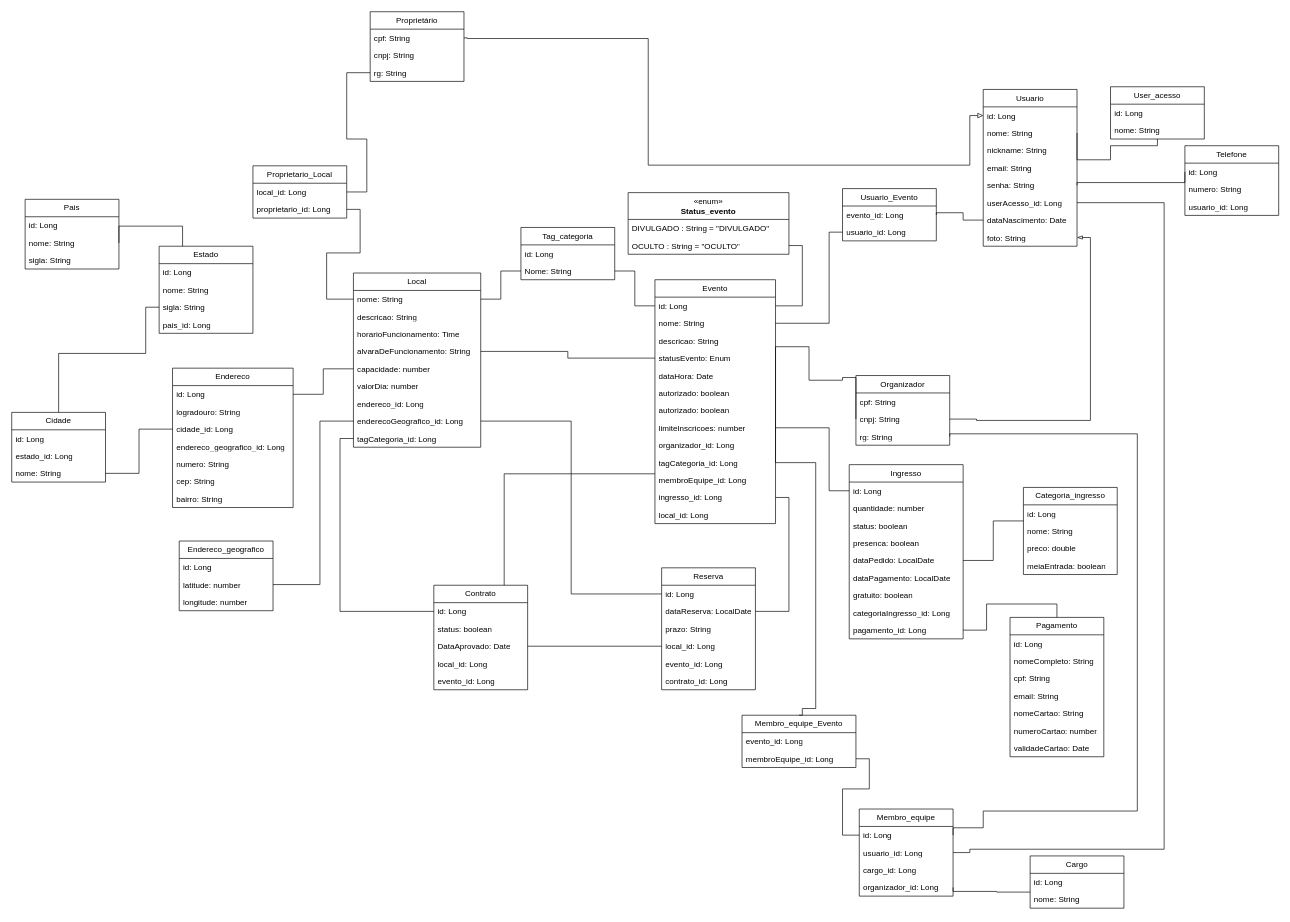
The draw.io diagram DiagramaDeClassesPokando.drawio in ChumeLabs-Pokando/Pokando, before the edit. Source tidied: cells renumbered, new cells numbered last; positions are measured from the earlier drawing's top-left corner, leaving out a move shared by most shapes. Both pictures are drawn from the tidied source at 67%, with x=0, y=0 at pixel (11, 11).
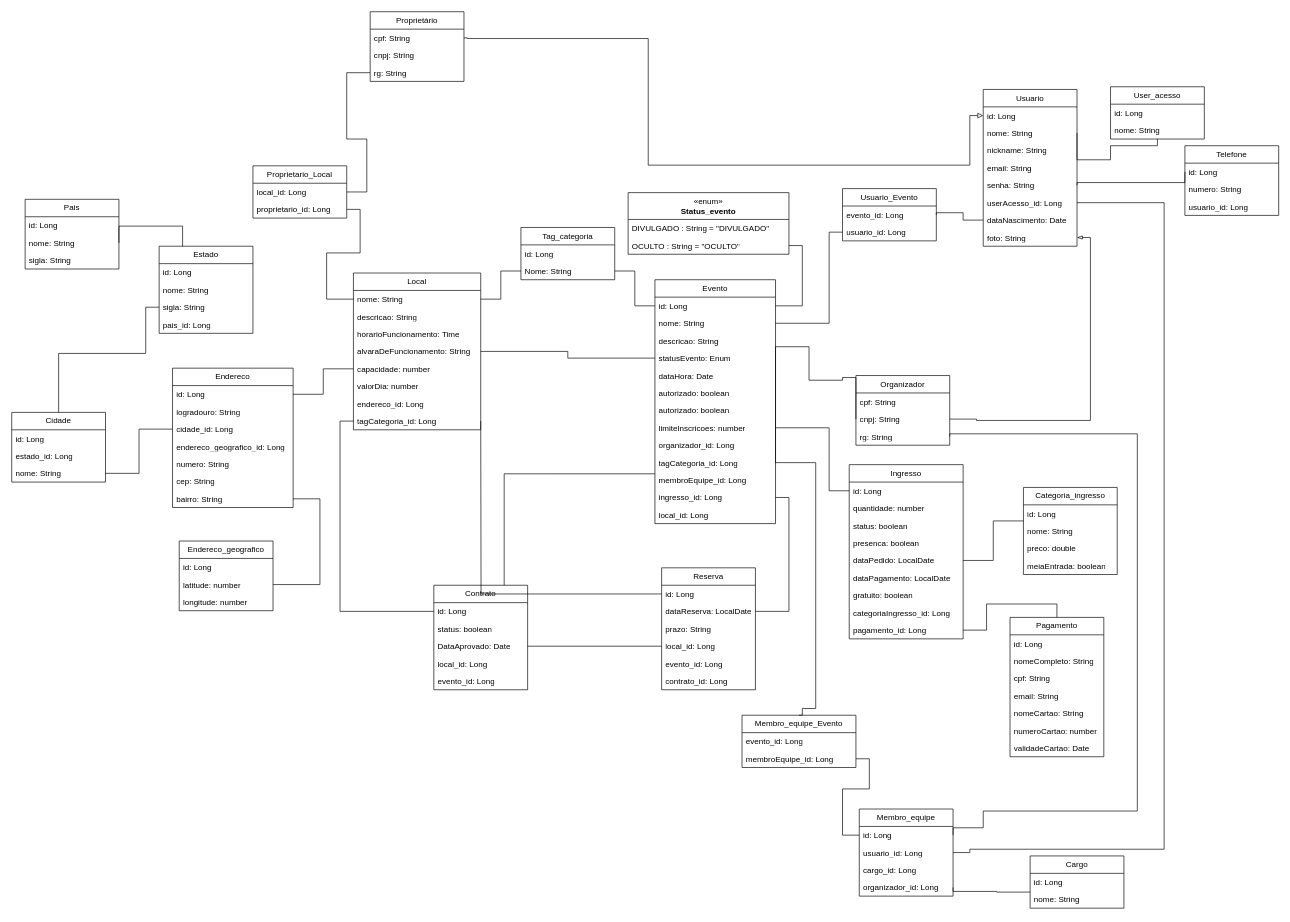
After the change.

Commit message:
atu cidade e endereco

The change refers to these unchanged cells:
```xml
<mxCell id="27" value="bairro: String" style="text;strokeColor=none;fillColor=none;align=left;verticalAlign=top;spacingLeft=4;spacingRight=4;overflow=hidden;points=[[0,0.5],[1,0.5]];portConstraint=eastwest;whiteSpace=wrap;html=1;" parent="20" vertex="1">
  <mxGeometry y="182" width="180" height="26" as="geometry" />
</mxCell>
<mxCell id="30" value="latitude: number" style="text;strokeColor=none;fillColor=none;align=left;verticalAlign=top;spacingLeft=4;spacingRight=4;overflow=hidden;points=[[0,0.5],[1,0.5]];portConstraint=eastwest;whiteSpace=wrap;html=1;" parent="28" vertex="1">
  <mxGeometry y="52" width="140" height="26" as="geometry" />
</mxCell>
<mxCell id="73" value="id: Long" style="text;strokeColor=none;fillColor=none;align=left;verticalAlign=top;spacingLeft=4;spacingRight=4;overflow=hidden;points=[[0,0.5],[1,0.5]];portConstraint=eastwest;whiteSpace=wrap;html=1;" parent="72" vertex="1">
  <mxGeometry y="26" width="140" height="26" as="geometry" />
</mxCell>
```

Change to the diagram source:
```diff
@@
     <mxCell id="93" value="Local" style="swimlane;fontStyle=0;horizontal=1;startSize=26;fillColor=none;whiteSpace=wrap;html=1;" parent="1" vertex="1">
-      <mxGeometry x="510" y="390" width="190" height="260" as="geometry" />
+      <mxGeometry x="510" y="390" width="190" height="234" as="geometry" />
     </mxCell>
@@
-    <mxCell id="101" value="enderecoGeografico_id: Long" style="text;strokeColor=none;fillColor=none;align=left;verticalAlign=top;spacingLeft=4;spacingRight=4;overflow=hidden;points=[[0,0.5],[1,0.5]];portConstraint=eastwest;whiteSpace=wrap;html=1;" parent="93" vertex="1">
-      <mxGeometry y="208" width="190" height="26" as="geometry" />
-    </mxCell>
     <mxCell id="102" value="tagCategoria_id: Long&lt;div&gt;&lt;br&gt;&lt;/div&gt;" style="text;strokeColor=none;fillColor=none;align=left;verticalAlign=top;spacingLeft=4;spacingRight=4;overflow=hidden;points=[[0,0.5],[1,0.5]];portConstraint=eastwest;whiteSpace=wrap;html=1;" parent="93" vertex="1">
-      <mxGeometry y="234" width="190" height="26" as="geometry" />
+      <mxGeometry y="208" width="190" height="26" as="geometry" />
     </mxCell>
@@
-    <mxCell id="127" style="edgeStyle=orthogonalEdgeStyle;rounded=0;jettySize=auto;html=1;entryX=0;entryY=0.5;entryDx=0;entryDy=0;endArrow=none;startFill=0;exitX=1;exitY=0.5;exitDx=0;exitDy=0;" parent="1" edge="1" source="30" target="101">
+    <mxCell id="127" style="edgeStyle=orthogonalEdgeStyle;rounded=0;jettySize=auto;html=1;entryX=1;entryY=0.5;entryDx=0;entryDy=0;endArrow=none;startFill=0;exitX=1;exitY=0.5;exitDx=0;exitDy=0;" parent="1" edge="1" source="30" target="27">
       <mxGeometry relative="1" as="geometry">
         <Array as="points">
           <mxPoint x="460" y="855" />
-          <mxPoint x="460" y="611" />
+          <mxPoint x="460" y="727" />
         </Array>
       </mxGeometry>
     </mxCell>
@@
-    <mxCell id="133" style="edgeStyle=orthogonalEdgeStyle;rounded=0;jettySize=auto;html=1;exitX=0;exitY=0.5;exitDx=0;exitDy=0;entryX=1;entryY=0.5;entryDx=0;entryDy=0;endArrow=none;startFill=0;" parent="1" edge="1" source="73" target="101">
-      <mxGeometry relative="1" as="geometry" />
+    <mxCell id="133" style="edgeStyle=orthogonalEdgeStyle;rounded=0;jettySize=auto;html=1;exitX=0;exitY=0.5;exitDx=0;exitDy=0;entryX=1;entryY=0.5;entryDx=0;entryDy=0;endArrow=none;startFill=0;" parent="1" edge="1" source="73">
+      <mxGeometry relative="1" as="geometry">
+        <mxPoint x="700" y="611" as="targetPoint" />
+      </mxGeometry>
     </mxCell>
```
